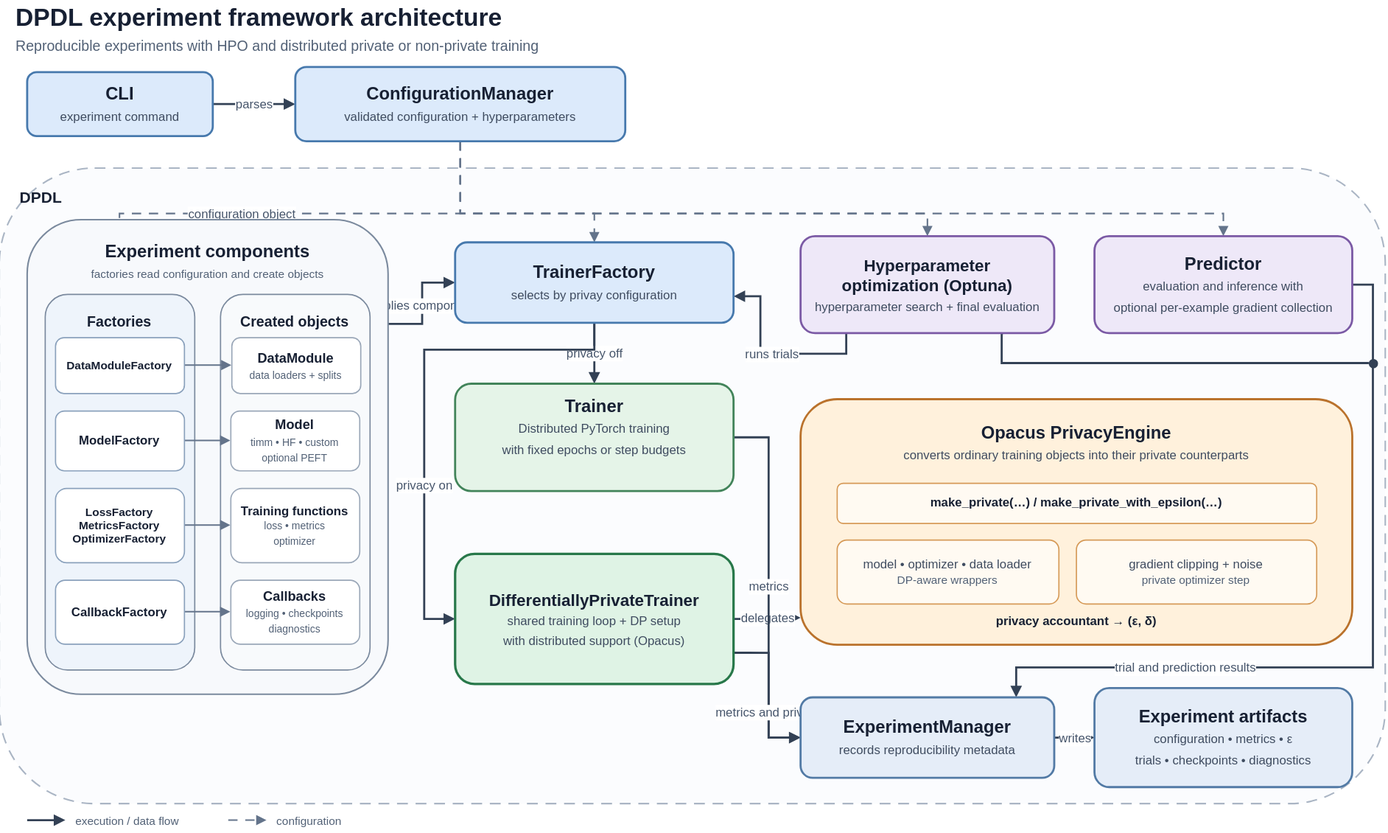
The draw.io diagram images/dpdl-architecture.svg in fehret/dpdl, before a commit. Source tidied: cells renumbered, new cells last; positions are measured from the earlier drawing's top-left corner, leaving out a move shared by most shapes.
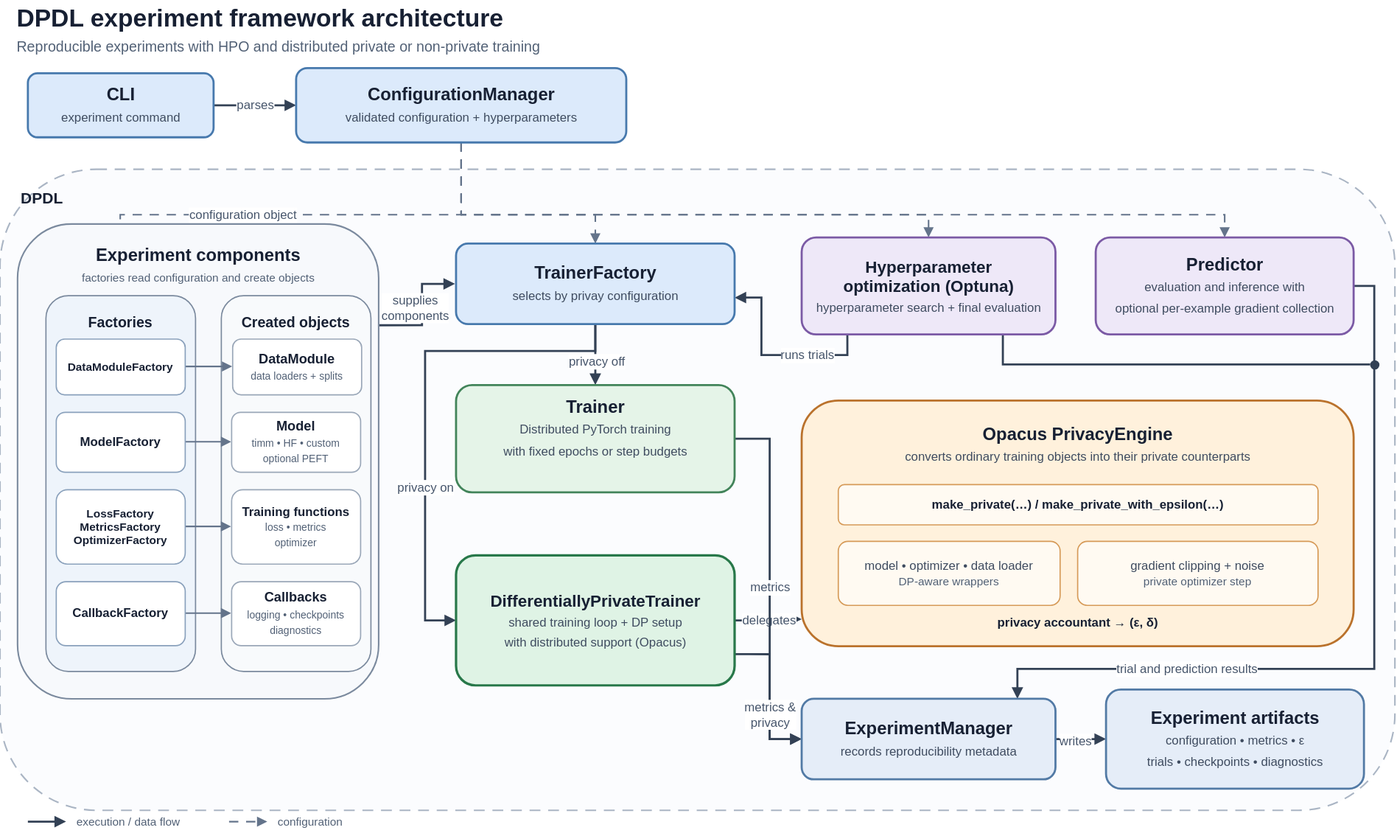
After the change.

Commit message:
update(img): fix text rendering error

Change to the diagram source:
```diff
@@ -3,7 +3,7 @@
     <mxCell id="0" />
     <mxCell id="1" parent="0" />
     <mxCell id="2" value="&lt;b&gt;DPDL&lt;/b&gt;" style="rounded=1;whiteSpace=wrap;html=1;fillColor=#FBFCFE;strokeColor=#AAB5C4;strokeWidth=1.5;dashed=1;dashPattern=7 5;verticalAlign=top;align=left;spacingTop=12;spacingLeft=18;fontColor=#172033;fontSize=15;" parent="1" vertex="1">
-      <mxGeometry y="164" width="1344" height="616" as="geometry" />
+      <mxGeometry y="164" width="1352" height="621" as="geometry" />
     </mxCell>
     <mxCell id="3" value="DPDL experiment framework architecture" style="text;html=1;strokeColor=none;fillColor=none;align=left;verticalAlign=middle;whiteSpace=wrap;fontColor=#172033;fontSize=24;fontStyle=1;" parent="1" vertex="1">
       <mxGeometry x="14" width="520" height="36" as="geometry" />
@@ -38,11 +38,13 @@
         </Array>
       </mxGeometry>
     </mxCell>
-    <mxCell id="9" value="supplies components" style="edgeStyle=orthogonalEdgeStyle;rounded=0;jettySize=auto;html=1;strokeColor=#334155;strokeWidth=2;endArrow=block;endFill=1;fontColor=#46556B;fontSize=12;exitX=1;exitY=0.08;entryX=0;entryY=0.5;" parent="1" edge="1" source="25" target="38">
-      <mxGeometry x="0.12" relative="1" as="geometry">
+    <mxCell id="9" value="supplies&lt;div&gt;components&lt;/div&gt;" style="edgeStyle=orthogonalEdgeStyle;rounded=0;orthogonalLoop=1;jettySize=auto;html=1;strokeColor=#334155;strokeWidth=2;endArrow=block;endFill=1;fontColor=#46556B;fontSize=12;exitX=1;exitY=0.08;entryX=0;entryY=0.5;" parent="1" edge="1">
+      <mxGeometry x="0.11" y="7" relative="1" as="geometry">
+        <mxPoint x="358" y="315.1" as="sourcePoint" />
+        <mxPoint x="441" y="275" as="targetPoint" />
         <Array as="points">
-          <mxPoint x="410" y="315" />
-          <mxPoint x="410" y="275" />
+          <mxPoint x="409" y="315" />
+          <mxPoint x="409" y="275" />
         </Array>
       </mxGeometry>
     </mxCell>
@@ -54,9 +56,12 @@
         </Array>
       </mxGeometry>
     </mxCell>
-    <mxCell id="11" value="privacy off" style="edgeStyle=orthogonalEdgeStyle;rounded=0;jettySize=auto;html=1;strokeColor=#334155;strokeWidth=2;endArrow=block;endFill=1;fontColor=#46556B;fontSize=12;exitX=0.5;exitY=1;entryX=0.5;entryY=0;" parent="1" edge="1" source="38" target="39">
-      <mxGeometry relative="1" as="geometry" />
+    <mxCell id="11" style="edgeStyle=orthogonalEdgeStyle;rounded=0;jettySize=auto;html=1;strokeColor=#334155;strokeWidth=2;endArrow=block;endFill=1;fontColor=#46556B;fontSize=12;exitX=0.5;exitY=1;entryX=0.5;entryY=0;" parent="1" edge="1" source="38" target="39">
+      <mxGeometry x="-0.53" y="5" relative="1" as="geometry" />
     </mxCell>
+    <mxCell id="55" value="&lt;span style=&quot;color: rgb(70, 85, 107); font-size: 12px;&quot;&gt;privacy off&lt;/span&gt;" style="edgeLabel;html=1;align=center;verticalAlign=middle;" parent="11" vertex="1">
+      <mxGeometry x="0.2" relative="1" as="geometry" />
+    </mxCell>
     <mxCell id="12" value="privacy on" style="edgeStyle=orthogonalEdgeStyle;rounded=0;jettySize=auto;html=1;strokeColor=#334155;strokeWidth=2;endArrow=block;endFill=1;fontColor=#46556B;fontSize=12;exitX=0.5;exitY=1;entryX=0;entryY=0.5;" parent="1" edge="1" source="38" target="40">
       <mxGeometry x="0.34" relative="1" as="geometry">
         <Array as="points">
@@ -66,7 +71,7 @@
       </mxGeometry>
     </mxCell>
     <mxCell id="13" value="runs trials" style="edgeStyle=orthogonalEdgeStyle;rounded=0;jettySize=auto;html=1;strokeColor=#334155;strokeWidth=2;endArrow=block;endFill=1;fontColor=#46556B;fontSize=12;exitX=0.18;exitY=1;entryX=1;entryY=0.67;" parent="1" edge="1" source="41" target="38">
-      <mxGeometry relative="1" as="geometry">
+      <mxGeometry x="-0.36" relative="1" as="geometry">
         <Array as="points">
           <mxPoint x="822" y="344" />
           <mxPoint x="738" y="344" />
@@ -85,7 +90,7 @@
         </Array>
       </mxGeometry>
     </mxCell>
-    <mxCell id="16" value="metrics and privacy" style="edgeStyle=orthogonalEdgeStyle;rounded=0;jettySize=auto;html=1;strokeColor=#334155;strokeWidth=2;endArrow=block;endFill=1;fontColor=#46556B;fontSize=12;exitX=1;exitY=0.76;entryX=0;entryY=0.5;" parent="1" edge="1" source="40" target="49">
+    <mxCell id="16" value="metrics &amp;amp;&lt;div&gt;privacy&lt;/div&gt;" style="edgeStyle=orthogonalEdgeStyle;rounded=0;jettySize=auto;html=1;strokeColor=#334155;strokeWidth=2;endArrow=block;endFill=1;fontColor=#46556B;fontSize=12;exitX=1;exitY=0.76;entryX=0;entryY=0.5;" parent="1" edge="1" source="40" target="49">
       <mxGeometry x="0.25" relative="1" as="geometry">
         <Array as="points">
           <mxPoint x="746" y="634" />
@@ -116,7 +121,7 @@
       </mxGeometry>
     </mxCell>
     <mxCell id="20" value="writes" style="edgeStyle=orthogonalEdgeStyle;rounded=0;jettySize=auto;html=1;strokeColor=#334155;strokeWidth=2;endArrow=block;endFill=1;fontColor=#46556B;fontSize=12;exitX=1;exitY=0.5;entryX=0;entryY=0.5;" parent="1" edge="1" source="49" target="50">
-      <mxGeometry relative="1" as="geometry" />
+      <mxGeometry x="-0.22" y="-2" relative="1" as="geometry" />
     </mxCell>
     <mxCell id="21" value="&lt;b&gt;CLI&lt;/b&gt;&lt;br&gt;&lt;font color=&quot;#3F4C60&quot; style=&quot;font-size:12px&quot;&gt;experiment command&lt;/font&gt;" style="rounded=1;whiteSpace=wrap;html=1;fillColor=#DCEAFB;strokeColor=#4779AD;strokeWidth=2;fontColor=#172033;fontSize=17;" parent="1" vertex="1">
       <mxGeometry x="27" y="71" width="180" height="62" as="geometry" />
@@ -125,7 +130,7 @@
       <mxGeometry x="287" y="66" width="320" height="72" as="geometry" />
     </mxCell>
     <mxCell id="23" value="&lt;b&gt;Experiment components&lt;/b&gt;&lt;br&gt;&lt;font color=&quot;#526176&quot; style=&quot;font-size:11px&quot;&gt;factories read configuration and create objects&lt;/font&gt;" style="rounded=1;whiteSpace=wrap;html=1;fillColor=#F7F9FC;strokeColor=#7B8A9E;strokeWidth=1.5;verticalAlign=top;spacingTop=14;fontColor=#172033;fontSize=17;" parent="1" vertex="1">
-      <mxGeometry x="27" y="214" width="350" height="460" as="geometry" />
+      <mxGeometry x="17" y="217" width="350" height="460" as="geometry" />
     </mxCell>
     <mxCell id="24" value="&lt;b&gt;Factories&lt;/b&gt;" style="rounded=1;whiteSpace=wrap;html=1;fillColor=#EEF4FB;strokeColor=#7B8A9E;strokeWidth=1.2;verticalAlign=top;spacingTop=11;fontColor=#172033;fontSize=14;" parent="1" vertex="1">
       <mxGeometry x="44" y="286" width="145" height="364" as="geometry" />
@@ -206,7 +211,7 @@
       <mxGeometry x="777" y="677" width="246" height="78" as="geometry" />
     </mxCell>
     <mxCell id="50" value="&lt;b&gt;Experiment artifacts&lt;/b&gt;&lt;br&gt;&lt;font color=&quot;#3F4C60&quot; style=&quot;font-size:12px&quot;&gt;configuration • metrics • ε&lt;br&gt;trials • checkpoints • diagnostics&lt;/font&gt;" style="rounded=1;whiteSpace=wrap;html=1;fillColor=#E5EDF8;strokeColor=#527AA5;strokeWidth=2;fontColor=#172033;fontSize=17;" parent="1" vertex="1">
-      <mxGeometry x="1062" y="668" width="250" height="96" as="geometry" />
+      <mxGeometry x="1072" y="668" width="250" height="96" as="geometry" />
     </mxCell>
     <mxCell id="51" style="edgeStyle=none;html=1;strokeColor=#334155;strokeWidth=2;endArrow=block;endFill=1;" parent="1" edge="1">
       <mxGeometry relative="1" as="geometry">
```
